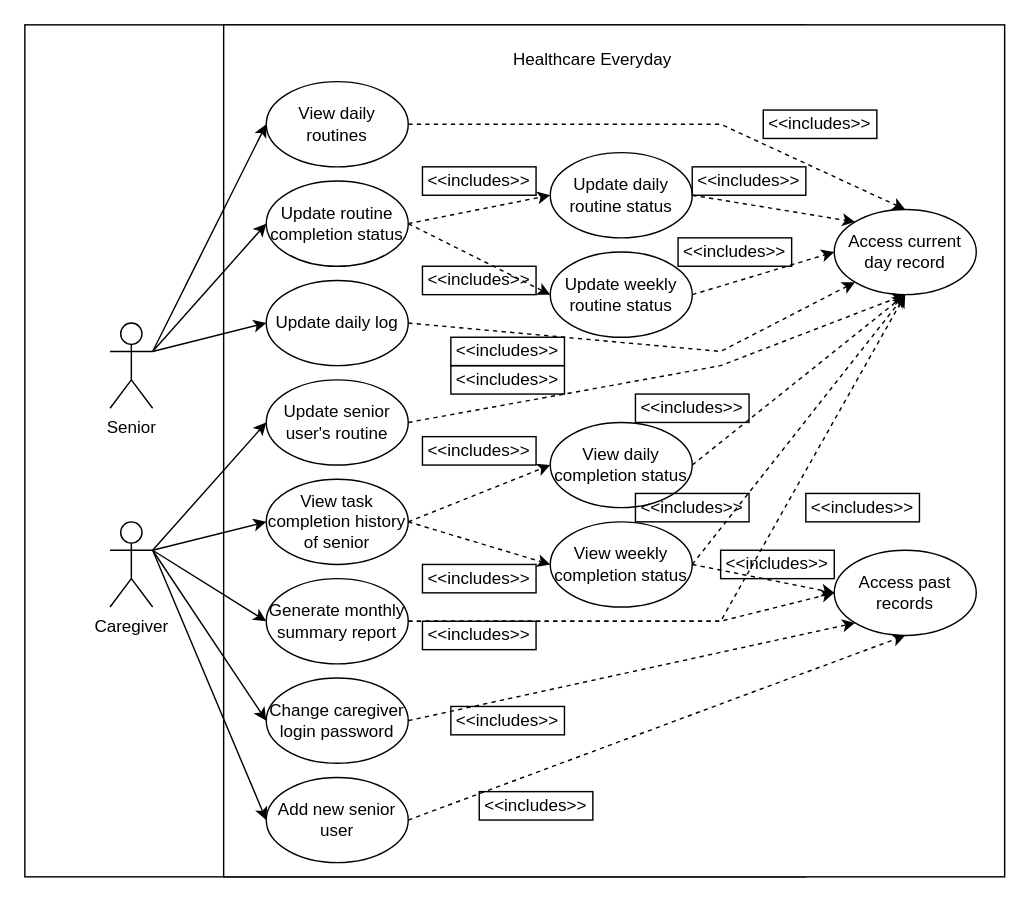
TEC-wert11/tp-refork keeps this draw.io diagram as docs/images/Use Case Diagram.drawio. Above is the earlier version. Source tidied: cells renumbered, new cells numbered last; positions are measured from the earlier drawing's top-left corner, leaving out a move shared by most shapes. Both pictures are drawn from the tidied source at 142%, with x=0, y=0 at pixel (24, 24).
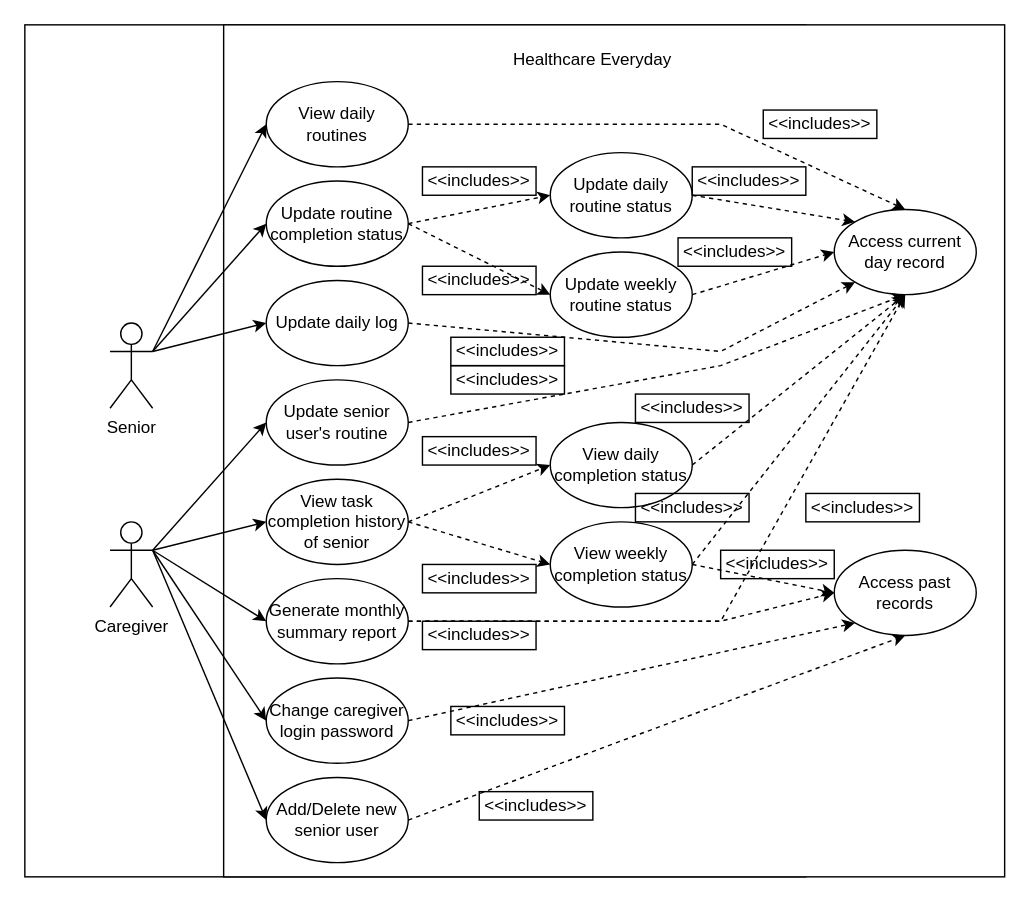
The same page after the edit.

Commit message (it also covers changes not shown here):
Updated class diagram and usecase diagram

Change to the diagram source:
```diff
@@
-    <mxCell id="27" value="Add new senior user" style="ellipse;whiteSpace=wrap;html=1;fillColor=none;" parent="1" vertex="1">
+    <mxCell id="27" value="Add/Delete new senior user" style="ellipse;whiteSpace=wrap;html=1;fillColor=none;" parent="1" vertex="1">
       <mxGeometry x="170" y="530" width="100" height="60" as="geometry" />
     </mxCell>
```
